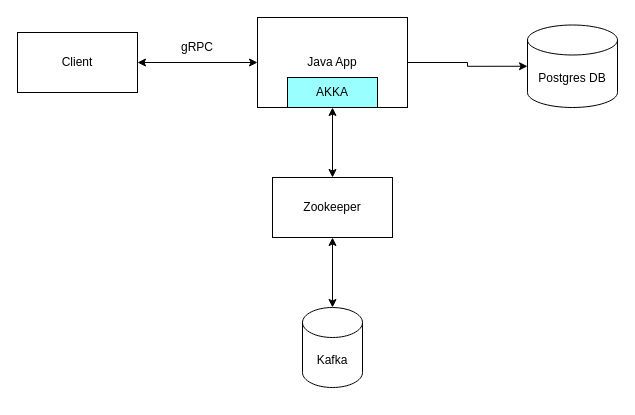
Before: kafka.drawio in tanghu123/draw, a draw.io diagram. Source tidied: cells renumbered, new cells numbered last; positions are measured from the earlier drawing's top-left corner, leaving out a move shared by most shapes. Both pictures are drawn from the tidied source at 100%, with x=0, y=0 at pixel (17, 17).
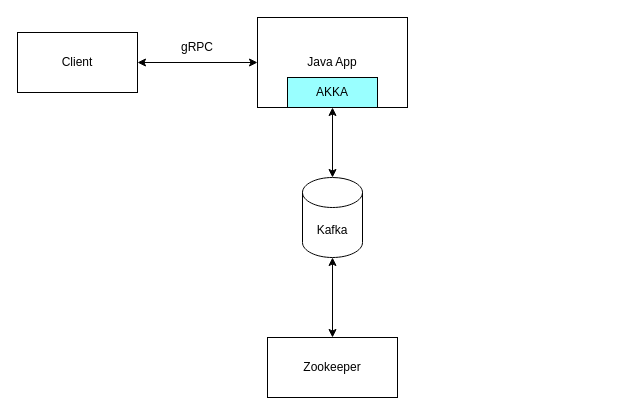
After the change.

Diff of the diagram source:
```diff
@@
 <mxGraphModel>
   <root>
     <mxCell id="0" />
     <mxCell id="1" parent="0" />
     <mxCell id="2" value="Kafka" style="shape=cylinder3;whiteSpace=wrap;html=1;boundedLbl=1;backgroundOutline=1;size=15;" parent="1" vertex="1">
-      <mxGeometry x="285" y="290" width="60" height="80" as="geometry" />
+      <mxGeometry x="285" y="160" width="60" height="80" as="geometry" />
     </mxCell>
     <mxCell id="3" value="Zookeeper" style="rounded=0;whiteSpace=wrap;html=1;" parent="1" vertex="1">
-      <mxGeometry x="255" y="160" width="120" height="60" as="geometry" />
+      <mxGeometry x="250" y="320" width="130" height="60" as="geometry" />
     </mxCell>
-    <mxCell id="4" style="endArrow=classic;startArrow=classic;html=1;rounded=0;exitX=0.5;exitY=0;exitDx=0;exitDy=0;exitPerimeter=0;entryX=0.5;entryY=1;entryDx=0;entryDy=0;" parent="1" edge="1" source="2" target="3">
+    <mxCell id="4" style="endArrow=classic;startArrow=classic;html=1;rounded=0;entryX=0.5;entryY=0;entryDx=0;entryDy=0;exitX=0.5;exitY=1;exitDx=0;exitDy=0;exitPerimeter=0;" parent="1" edge="1" source="2" target="3">
       <mxGeometry relative="1" as="geometry" />
     </mxCell>
-    <mxCell id="5" style="edgeStyle=orthogonalEdgeStyle;rounded=0;jettySize=auto;html=1;exitX=1;exitY=0.5;exitDx=0;exitDy=0;entryX=0;entryY=0.5;entryDx=0;entryDy=0;entryPerimeter=0;" parent="1" edge="1" source="6" target="12">
-      <mxGeometry relative="1" as="geometry" />
-    </mxCell>
     <mxCell id="6" value="Java App" style="rounded=0;whiteSpace=wrap;html=1;" parent="1" vertex="1">
       <mxGeometry x="240" width="150" height="90" as="geometry" />
     </mxCell>
-    <mxCell id="7" style="endArrow=classic;startArrow=classic;html=1;rounded=0;entryX=0.5;entryY=1;entryDx=0;entryDy=0;exitX=0.5;exitY=0;exitDx=0;exitDy=0;" parent="1" edge="1" source="3" target="6">
+    <mxCell id="7" style="endArrow=classic;startArrow=classic;html=1;rounded=0;entryX=0.5;entryY=1;entryDx=0;entryDy=0;exitX=0.5;exitY=0;exitDx=0;exitDy=0;exitPerimeter=0;" parent="1" edge="1" source="2" target="6">
       <mxGeometry relative="1" as="geometry" />
     </mxCell>
     <mxCell id="8" style="endArrow=classic;startArrow=classic;html=1;rounded=0;entryX=0;entryY=0.5;entryDx=0;entryDy=0;exitX=1;exitY=0.5;exitDx=0;exitDy=0;" parent="1" edge="1" source="9" target="6">
       <mxGeometry relative="1" as="geometry" />
     </mxCell>
     <mxCell id="9" value="Client" style="rounded=0;whiteSpace=wrap;html=1;" parent="1" vertex="1">
       <mxGeometry y="15" width="120" height="60" as="geometry" />
     </mxCell>
     <mxCell id="10" value="gRPC" style="text;html=1;strokeColor=none;fillColor=none;align=center;verticalAlign=middle;whiteSpace=wrap;rounded=0;" parent="1" vertex="1">
       <mxGeometry x="150" y="15" width="60" height="30" as="geometry" />
     </mxCell>
     <mxCell id="11" value="AKKA" style="rounded=0;whiteSpace=wrap;html=1;fillColor=#99FFFF;" parent="1" vertex="1">
       <mxGeometry x="270" y="60" width="90" height="30" as="geometry" />
     </mxCell>
-    <mxCell id="12" value="Postgres DB" style="shape=cylinder3;whiteSpace=wrap;html=1;boundedLbl=1;backgroundOutline=1;size=15;" parent="1" vertex="1">
-      <mxGeometry x="510" y="7.5" width="90" height="82.5" as="geometry" />
-    </mxCell>
   </root>
 </mxGraphModel>
```
